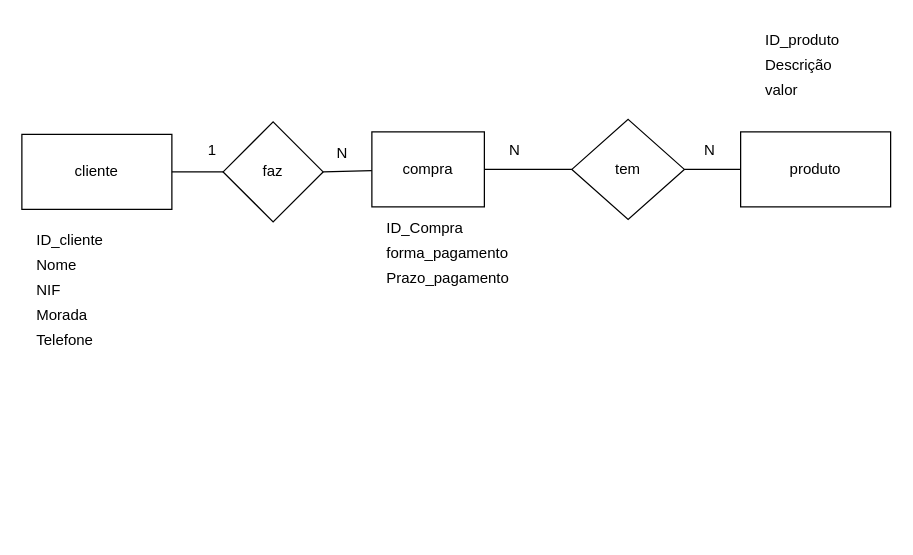
This is BDC/PL01/Ex2.drawio from AnaCarvalho77/Cesae_SoftwareDeveloper, a draw.io file, before an edit. Source tidied: cells renumbered, new cells numbered last; positions are measured from the earlier drawing's top-left corner, leaving out a move shared by most shapes. Both pictures are drawn from the tidied source at 125%, with x=0, y=0 at pixel (21, 21).
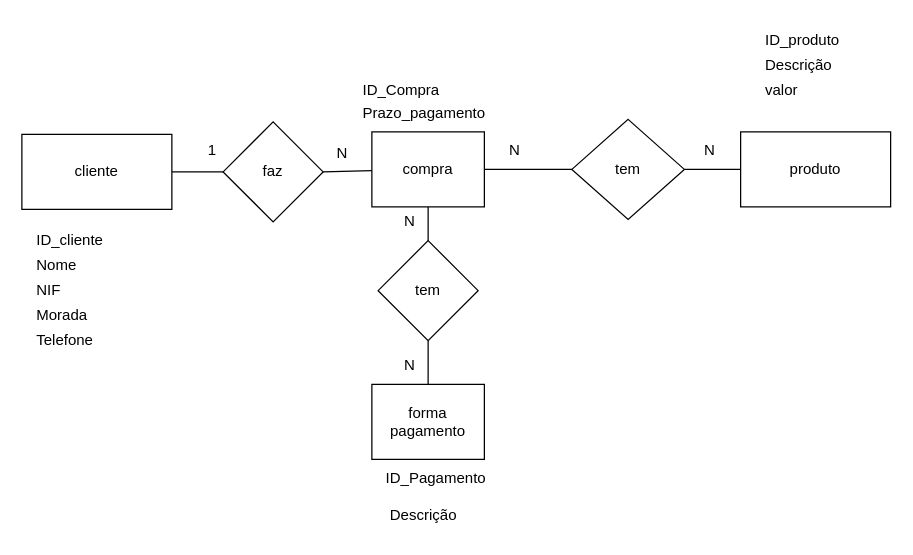
The same diagram, later.

Unchanged cells that the change refers to:
```xml
<mxCell id="4" value="compra" style="rounded=0;whiteSpace=wrap;html=1;" parent="1" vertex="1">
  <mxGeometry x="280" y="88" width="90" height="60" as="geometry" />
</mxCell>
```

The edit, as a diff of the source:
```diff
@@
     <mxCell id="12" value="ID_Compra" style="text;html=1;align=left;verticalAlign=middle;strokeColor=none;fillColor=none;" parent="1" vertex="1">
-      <mxGeometry x="290" y="150" width="80" height="30" as="geometry" />
+      <mxGeometry x="271" y="40" width="80" height="30" as="geometry" />
     </mxCell>
-    <mxCell id="13" value="forma_pagamento" style="text;html=1;align=left;verticalAlign=middle;strokeColor=none;fillColor=none;" parent="1" vertex="1">
-      <mxGeometry x="290" y="170" width="120" height="30" as="geometry" />
-    </mxCell>
     <mxCell id="14" value="Prazo_pagamento" style="text;html=1;align=left;verticalAlign=middle;strokeColor=none;fillColor=none;" parent="1" vertex="1">
-      <mxGeometry x="290" y="190" width="120" height="30" as="geometry" />
+      <mxGeometry x="271" y="58" width="120" height="30" as="geometry" />
     </mxCell>
@@
+    <mxCell id="26" value="tem" style="rhombus;whiteSpace=wrap;html=1;" parent="1" vertex="1">
+      <mxGeometry x="285" y="175" width="80" height="80" as="geometry" />
+    </mxCell>
+    <mxCell id="27" style="endArrow=none;html=1;rounded=0;entryX=0.5;entryY=1;entryDx=0;entryDy=0;exitX=0.5;exitY=0;exitDx=0;exitDy=0;" parent="1" edge="1" source="26" target="4">
+      <mxGeometry relative="1" as="geometry" />
+    </mxCell>
+    <mxCell id="28" value="forma&lt;br&gt;pagamento" style="rounded=0;whiteSpace=wrap;html=1;" parent="1" vertex="1">
+      <mxGeometry x="280" y="290" width="90" height="60" as="geometry" />
+    </mxCell>
+    <mxCell id="29" style="endArrow=none;html=1;rounded=0;entryX=0.5;entryY=1;entryDx=0;entryDy=0;exitX=0.5;exitY=0;exitDx=0;exitDy=0;" parent="1" edge="1" source="28" target="26">
+      <mxGeometry relative="1" as="geometry" />
+    </mxCell>
+    <mxCell id="30" value="ID_Pagamento" style="text;html=1;align=center;verticalAlign=middle;strokeColor=none;fillColor=none;" parent="1" vertex="1">
+      <mxGeometry x="281" y="350" width="100" height="30" as="geometry" />
+    </mxCell>
+    <mxCell id="31" value="Descrição" style="text;html=1;align=center;verticalAlign=middle;strokeColor=none;fillColor=none;" parent="1" vertex="1">
+      <mxGeometry x="281" y="380" width="80" height="30" as="geometry" />
+    </mxCell>
+    <mxCell id="32" value="N" style="text;html=1;align=center;verticalAlign=middle;strokeColor=none;fillColor=none;" parent="1" vertex="1">
+      <mxGeometry x="295" y="260" width="30" height="30" as="geometry" />
+    </mxCell>
+    <mxCell id="33" value="N" style="text;html=1;align=center;verticalAlign=middle;strokeColor=none;fillColor=none;" parent="1" vertex="1">
+      <mxGeometry x="295" y="145" width="30" height="30" as="geometry" />
+    </mxCell>
```
